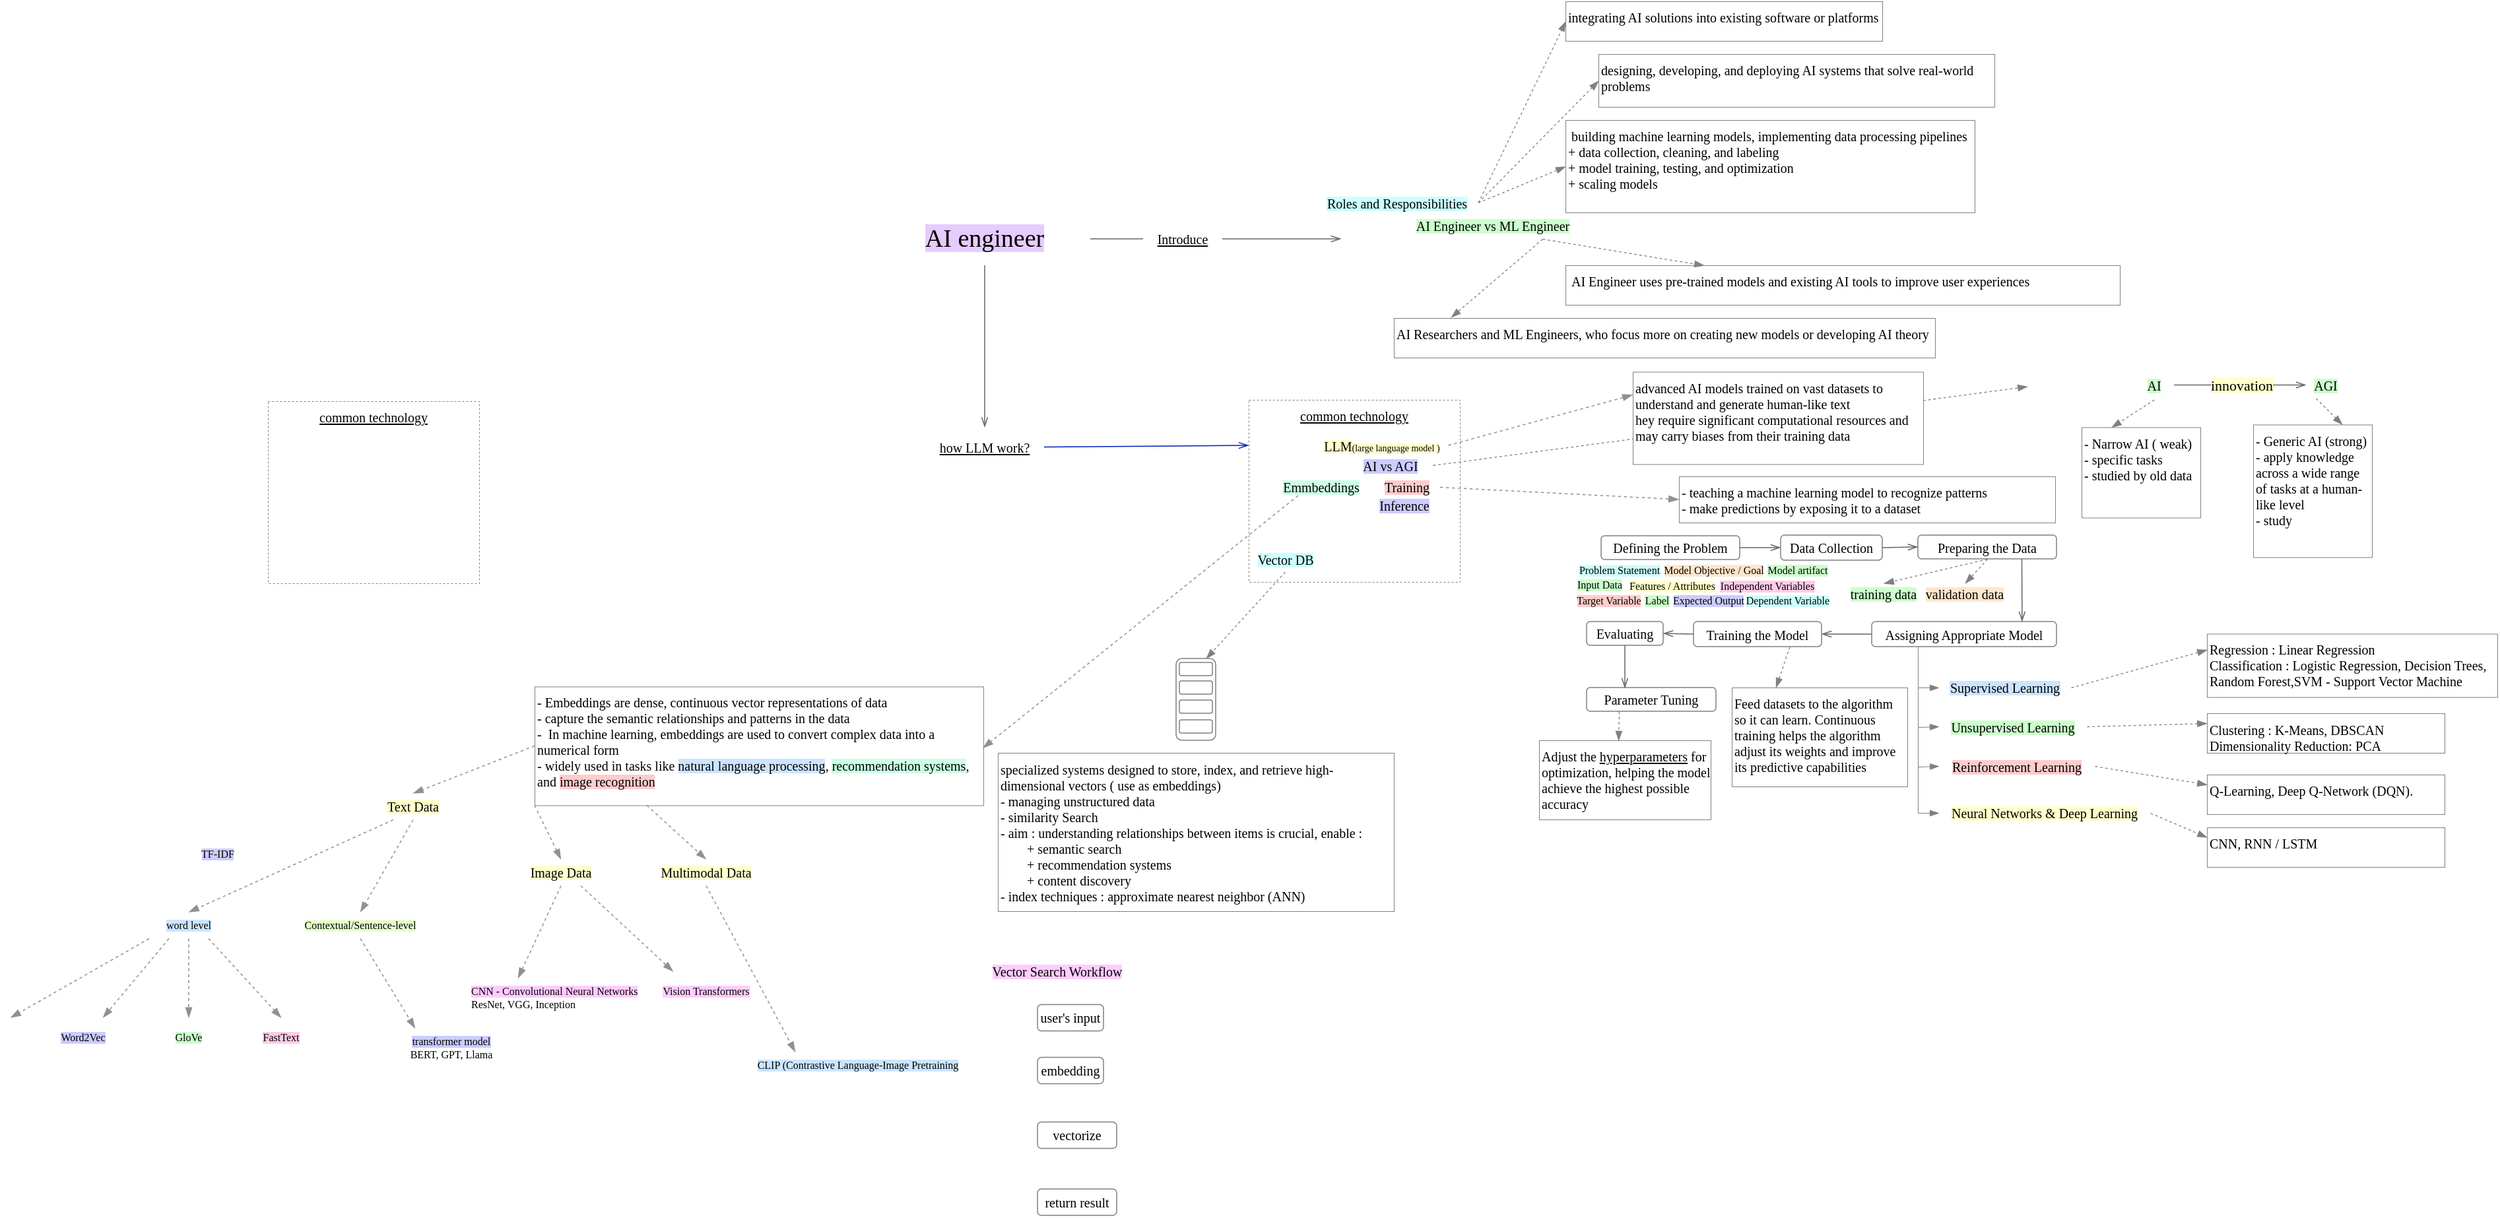
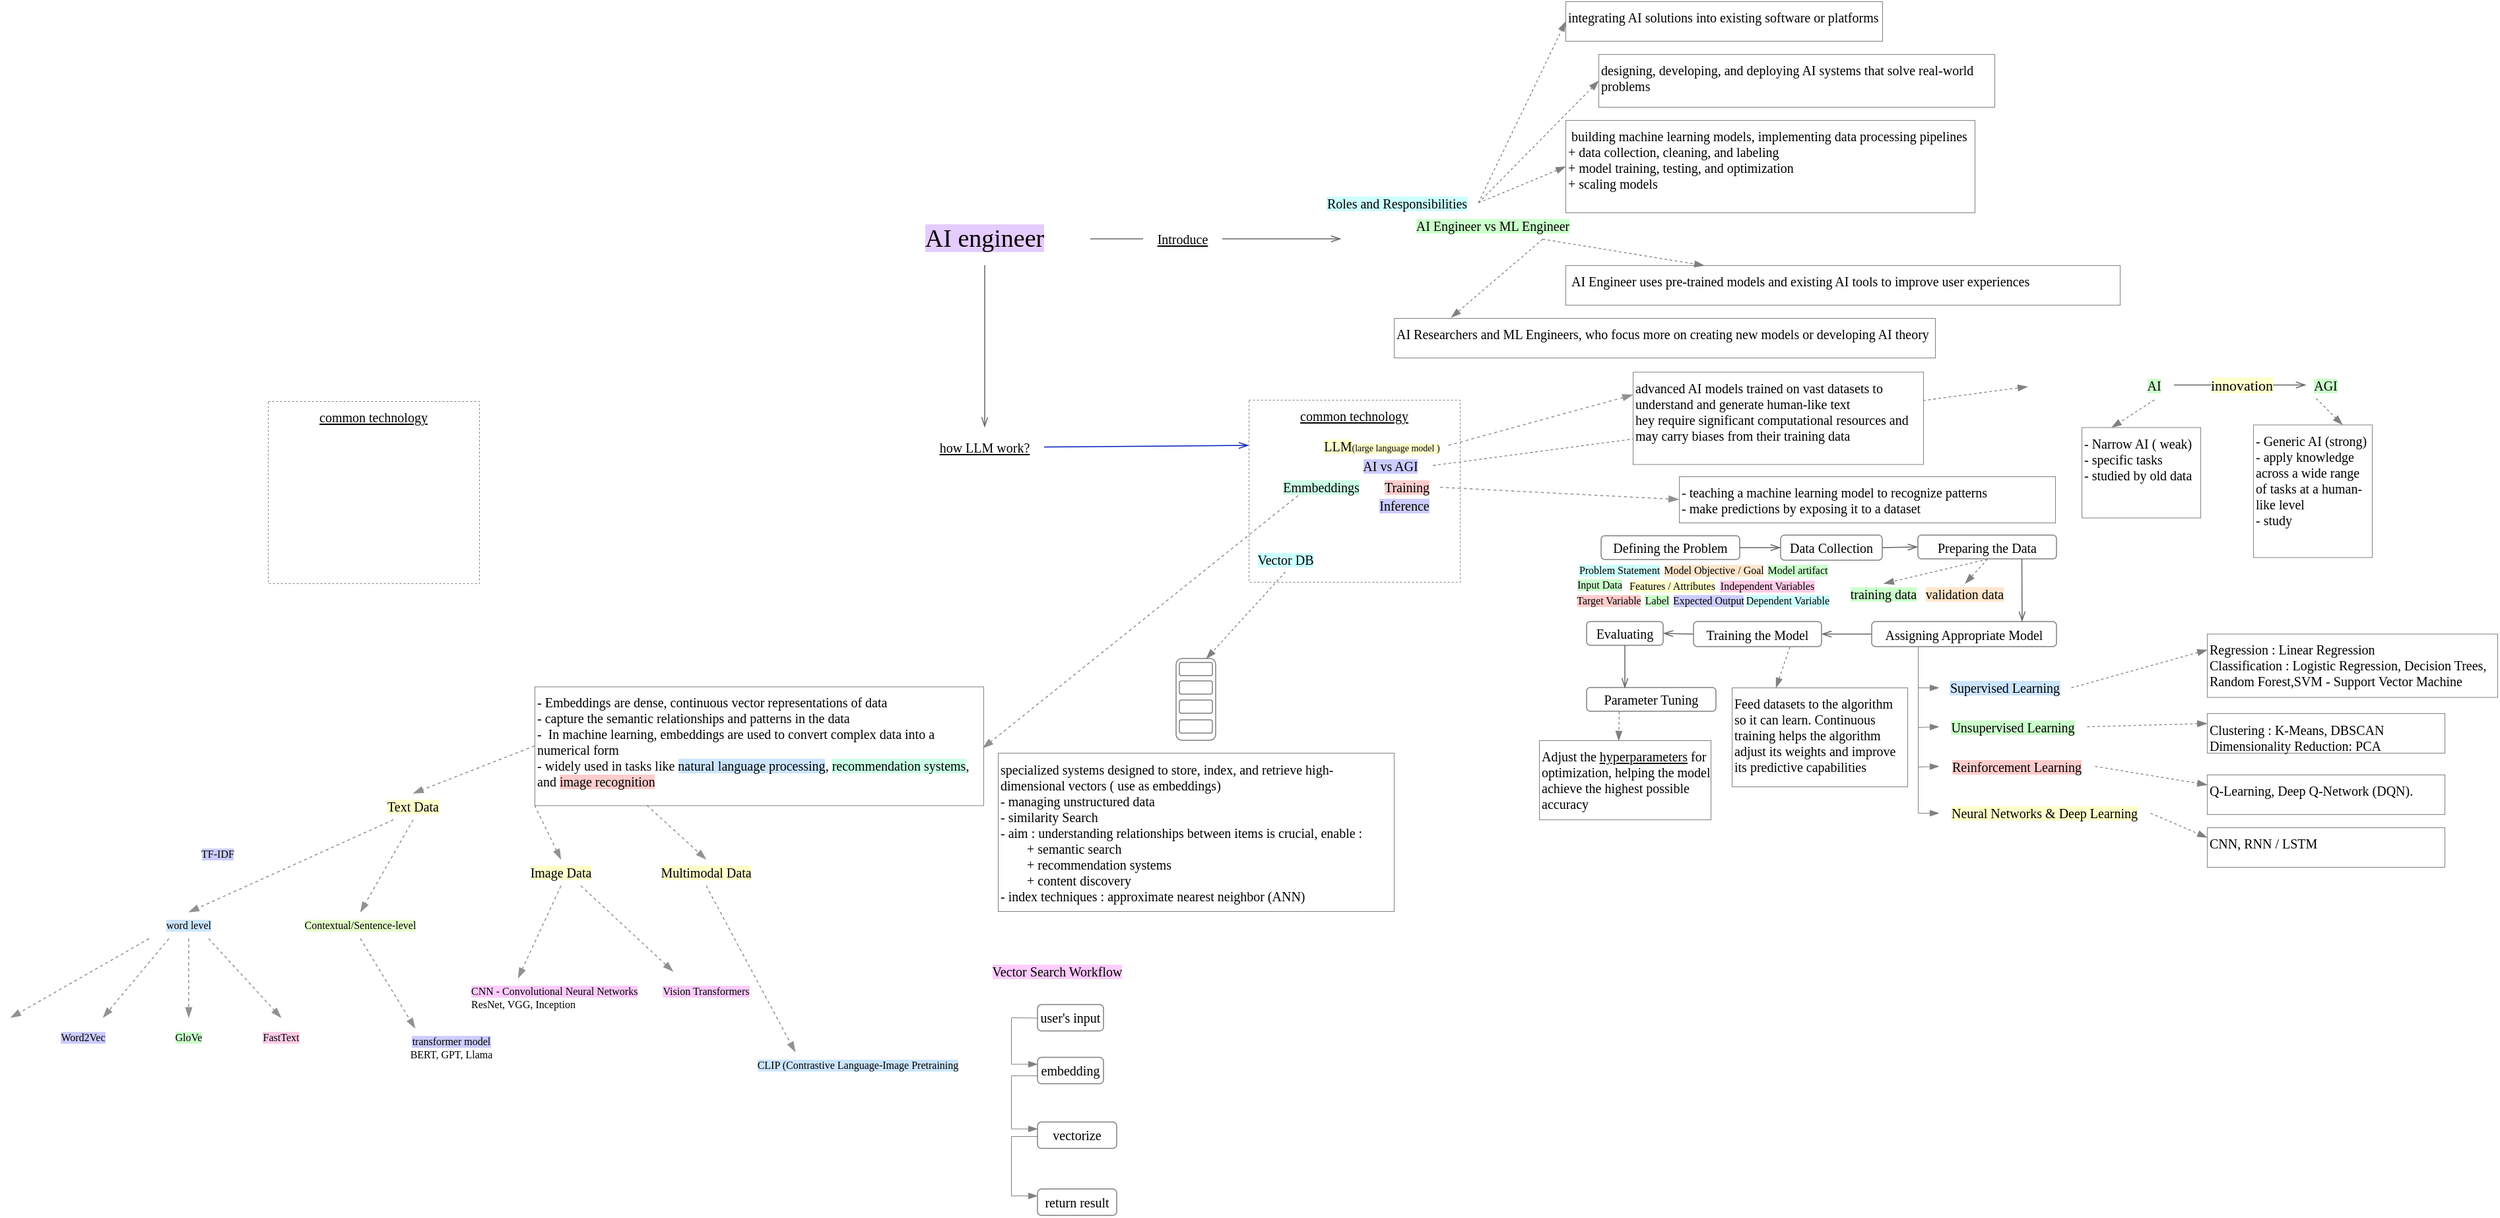
<mxfile host="app.diagrams.net" agent="Mozilla/5.0 (Macintosh; Intel Mac OS X 10_15_7) AppleWebKit/537.36 (KHTML, like Gecko) draw.io/29.3.0 Chrome/140.0.7339.249 Electron/38.7.2 Safari/537.36">
  <diagram name="Page-1" id="n3nyEJ4kgbD7jWuKOy95">
    <mxGraphModel dx="1247" dy="188" grid="1" gridSize="10" guides="1" tooltips="1" connect="1" arrows="1" fold="1" page="1" pageScale="1" pageWidth="827" pageHeight="1169" math="0" shadow="0">
      <root>
        <mxCell id="0" />
        <mxCell id="1" parent="0" />
        <mxCell id="48Jv2C9wjBzbgeSbcpPr-1" parent="1" style="text;html=1;whiteSpace=wrap;strokeColor=none;fillColor=none;align=center;verticalAlign=middle;rounded=0;fontFamily=Comic Sans MS;fontSize=19;" value="&lt;span style=&quot;background-color: rgb(229, 204, 255);&quot;&gt;AI engineer&lt;/span&gt;" vertex="1">
          <mxGeometry height="40" width="160" x="400" y="360" as="geometry" />
        </mxCell>
        <mxCell id="48Jv2C9wjBzbgeSbcpPr-3" parent="1" style="text;html=1;whiteSpace=wrap;strokeColor=none;fillColor=none;align=center;verticalAlign=middle;rounded=0;fontFamily=Comic Sans MS;fontSize=10;fontStyle=4" value="how LLM work?" vertex="1">
          <mxGeometry height="30" width="90" x="435" y="522.75" as="geometry" />
        </mxCell>
        <mxCell id="48Jv2C9wjBzbgeSbcpPr-6" edge="1" parent="1" source="48Jv2C9wjBzbgeSbcpPr-1" style="endArrow=openThin;html=1;rounded=0;strokeWidth=0.75;endFill=0;strokeColor=#666666;exitX=0.5;exitY=1;exitDx=0;exitDy=0;entryX=0.5;entryY=0;entryDx=0;entryDy=0;fontFamily=Comic Sans MS;" target="48Jv2C9wjBzbgeSbcpPr-3" value="">
          <mxGeometry height="50" relative="1" width="50" as="geometry">
            <mxPoint x="390" y="450" as="sourcePoint" />
            <mxPoint x="440" y="400" as="targetPoint" />
          </mxGeometry>
        </mxCell>
        <mxCell id="48Jv2C9wjBzbgeSbcpPr-8" parent="1" style="text;html=1;whiteSpace=wrap;strokeColor=none;fillColor=none;align=center;verticalAlign=middle;rounded=0;fontFamily=Comic Sans MS;fontSize=10;fontStyle=4" value="Introduce" vertex="1">
          <mxGeometry height="30" width="60" x="600" y="365" as="geometry" />
        </mxCell>
        <mxCell id="48Jv2C9wjBzbgeSbcpPr-9" edge="1" parent="1" source="48Jv2C9wjBzbgeSbcpPr-1" style="endArrow=none;html=1;rounded=0;strokeWidth=0.75;endFill=0;strokeColor=#666666;entryX=0;entryY=0.5;entryDx=0;entryDy=0;exitX=1;exitY=0.5;exitDx=0;exitDy=0;fontFamily=Comic Sans MS;" target="48Jv2C9wjBzbgeSbcpPr-8" value="">
          <mxGeometry height="50" relative="1" width="50" as="geometry">
            <mxPoint x="390" y="450" as="sourcePoint" />
            <mxPoint x="440" y="400" as="targetPoint" />
          </mxGeometry>
        </mxCell>
        <mxCell id="48Jv2C9wjBzbgeSbcpPr-11" edge="1" parent="1" source="48Jv2C9wjBzbgeSbcpPr-8" style="endArrow=openThin;html=1;rounded=0;strokeWidth=0.75;endFill=0;strokeColor=#666666;exitX=1;exitY=0.5;exitDx=0;exitDy=0;fontFamily=Comic Sans MS;" value="">
          <mxGeometry height="50" relative="1" width="50" as="geometry">
            <mxPoint x="590" y="450" as="sourcePoint" />
            <mxPoint x="750" y="380" as="targetPoint" />
          </mxGeometry>
        </mxCell>
        <mxCell id="48Jv2C9wjBzbgeSbcpPr-13" parent="1" style="text;html=1;whiteSpace=wrap;strokeColor=none;fillColor=none;align=center;verticalAlign=middle;rounded=0;fontFamily=Comic Sans MS;fontSize=10;" value="&lt;div&gt;&lt;span style=&quot;background-color: rgb(204, 255, 255);&quot;&gt;Roles and Responsibilities&lt;/span&gt;&lt;/div&gt;" vertex="1">
          <mxGeometry height="15" width="122.5" x="731.25" y="345" as="geometry" />
        </mxCell>
        <mxCell id="48Jv2C9wjBzbgeSbcpPr-14" parent="1" style="rounded=0;whiteSpace=wrap;html=1;fontFamily=Comic Sans MS;strokeWidth=0.5;strokeColor=#808080;align=left;verticalAlign=top;fontSize=10;" value="designing, developing, and deploying AI systems that solve real-world problems" vertex="1">
          <mxGeometry height="40" width="300" x="945" y="240" as="geometry" />
        </mxCell>
        <mxCell id="48Jv2C9wjBzbgeSbcpPr-15" parent="1" style="rounded=0;whiteSpace=wrap;html=1;fontFamily=Comic Sans MS;strokeWidth=0.5;strokeColor=#808080;align=left;verticalAlign=top;fontSize=10;" value="&amp;nbsp;building machine learning models, implementing data processing pipelines&lt;div&gt;+&amp;nbsp;data collection, cleaning, and labeling&lt;/div&gt;&lt;div&gt;+&amp;nbsp;model training, testing, and optimization&lt;/div&gt;&lt;div&gt;+&amp;nbsp;scaling models&lt;/div&gt;" vertex="1">
          <mxGeometry height="70" width="310" x="920" y="290" as="geometry" />
        </mxCell>
        <mxCell id="48Jv2C9wjBzbgeSbcpPr-16" parent="1" style="rounded=0;whiteSpace=wrap;html=1;fontFamily=Comic Sans MS;strokeWidth=0.5;strokeColor=#808080;align=left;verticalAlign=top;fontSize=10;" value="integrating AI solutions into existing software or platforms" vertex="1">
          <mxGeometry height="30" width="240" x="920" y="200" as="geometry" />
        </mxCell>
        <mxCell id="48Jv2C9wjBzbgeSbcpPr-17" edge="1" parent="1" source="48Jv2C9wjBzbgeSbcpPr-13" style="endArrow=blockThin;html=1;rounded=0;strokeColor=#808080;endFill=1;strokeWidth=0.65;exitX=1;exitY=0.5;exitDx=0;exitDy=0;entryX=0;entryY=0.5;entryDx=0;entryDy=0;dashed=1;fontFamily=Comic Sans MS;" target="48Jv2C9wjBzbgeSbcpPr-15" value="">
          <mxGeometry height="50" relative="1" width="50" as="geometry">
            <mxPoint x="945" y="330" as="sourcePoint" />
            <mxPoint x="920" y="290" as="targetPoint" />
          </mxGeometry>
        </mxCell>
        <mxCell id="48Jv2C9wjBzbgeSbcpPr-18" edge="1" parent="1" source="48Jv2C9wjBzbgeSbcpPr-13" style="endArrow=blockThin;html=1;rounded=0;strokeColor=#808080;endFill=1;strokeWidth=0.65;exitX=1;exitY=0.5;exitDx=0;exitDy=0;entryX=0;entryY=0.5;entryDx=0;entryDy=0;dashed=1;fontFamily=Comic Sans MS;" target="48Jv2C9wjBzbgeSbcpPr-14" value="">
          <mxGeometry height="50" relative="1" width="50" as="geometry">
            <mxPoint x="945" y="330" as="sourcePoint" />
            <mxPoint x="920" y="290" as="targetPoint" />
          </mxGeometry>
        </mxCell>
        <mxCell id="48Jv2C9wjBzbgeSbcpPr-19" edge="1" parent="1" source="48Jv2C9wjBzbgeSbcpPr-13" style="endArrow=blockThin;html=1;rounded=0;strokeColor=#808080;endFill=1;strokeWidth=0.65;exitX=1;exitY=0.5;exitDx=0;exitDy=0;entryX=0;entryY=0.5;entryDx=0;entryDy=0;dashed=1;fontFamily=Comic Sans MS;" target="48Jv2C9wjBzbgeSbcpPr-16" value="">
          <mxGeometry height="50" relative="1" width="50" as="geometry">
            <mxPoint x="945" y="330" as="sourcePoint" />
            <mxPoint x="920" y="290" as="targetPoint" />
          </mxGeometry>
        </mxCell>
        <mxCell id="48Jv2C9wjBzbgeSbcpPr-20" parent="1" style="text;html=1;whiteSpace=wrap;strokeColor=none;fillColor=none;align=center;verticalAlign=middle;rounded=0;fontFamily=Comic Sans MS;fontSize=10;" value="&lt;span style=&quot;background-color: rgb(204, 255, 204);&quot;&gt;AI Engineer vs ML Engineer&lt;/span&gt;" vertex="1">
          <mxGeometry height="20" width="150" x="790" y="360" as="geometry" />
        </mxCell>
        <mxCell id="48Jv2C9wjBzbgeSbcpPr-21" parent="1" style="rounded=0;whiteSpace=wrap;html=1;fontFamily=Comic Sans MS;strokeWidth=0.5;strokeColor=#808080;align=left;verticalAlign=top;fontSize=10;" value="&amp;nbsp;AI Engineer uses pre-trained models and existing AI tools to improve user experiences" vertex="1">
          <mxGeometry height="30" width="420" x="920" y="400" as="geometry" />
        </mxCell>
        <mxCell id="48Jv2C9wjBzbgeSbcpPr-22" parent="1" style="rounded=0;whiteSpace=wrap;html=1;fontFamily=Comic Sans MS;strokeWidth=0.5;strokeColor=#808080;align=left;verticalAlign=top;fontSize=10;" value="AI Researchers and ML Engineers, who focus more on creating new models or developing AI theory" vertex="1">
          <mxGeometry height="30" width="410" x="790" y="440" as="geometry" />
        </mxCell>
        <mxCell id="48Jv2C9wjBzbgeSbcpPr-23" edge="1" parent="1" source="48Jv2C9wjBzbgeSbcpPr-20" style="endArrow=blockThin;html=1;rounded=0;strokeColor=#808080;endFill=1;strokeWidth=0.65;exitX=0.75;exitY=1;exitDx=0;exitDy=0;entryX=0.25;entryY=0;entryDx=0;entryDy=0;dashed=1;fontFamily=Comic Sans MS;" target="48Jv2C9wjBzbgeSbcpPr-21" value="">
          <mxGeometry height="50" relative="1" width="50" as="geometry">
            <mxPoint x="705" y="330" as="sourcePoint" />
            <mxPoint x="680" y="290" as="targetPoint" />
          </mxGeometry>
        </mxCell>
        <mxCell id="48Jv2C9wjBzbgeSbcpPr-24" edge="1" parent="1" source="48Jv2C9wjBzbgeSbcpPr-20" style="endArrow=blockThin;html=1;rounded=0;strokeColor=#808080;endFill=1;strokeWidth=0.65;exitX=0.75;exitY=1;exitDx=0;exitDy=0;entryX=0.105;entryY=-0.017;entryDx=0;entryDy=0;dashed=1;entryPerimeter=0;fontFamily=Comic Sans MS;" target="48Jv2C9wjBzbgeSbcpPr-22" value="">
          <mxGeometry height="50" relative="1" width="50" as="geometry">
            <mxPoint x="705" y="330" as="sourcePoint" />
            <mxPoint x="680" y="290" as="targetPoint" />
          </mxGeometry>
        </mxCell>
        <mxCell id="48Jv2C9wjBzbgeSbcpPr-25" parent="1" style="rounded=0;whiteSpace=wrap;html=1;fontFamily=Comic Sans MS;strokeWidth=0.5;strokeColor=#808080;align=center;verticalAlign=top;fontSize=10;dashed=1;" value="&lt;u&gt;common technology&lt;/u&gt;&lt;div&gt;&lt;br&gt;&lt;/div&gt;" vertex="1">
          <mxGeometry height="138" width="160" x="680" y="502" as="geometry" />
        </mxCell>
        <mxCell id="48Jv2C9wjBzbgeSbcpPr-27" parent="1" style="text;html=1;whiteSpace=wrap;strokeColor=none;fillColor=none;align=center;verticalAlign=middle;rounded=0;fontFamily=Comic Sans MS;fontSize=10;" value="&lt;span&gt;&lt;span style=&quot;background-color: light-dark(rgb(204, 204, 255), rgb(0, 43, 0));&quot;&gt;AI vs AGI&lt;/span&gt;&lt;br&gt;&lt;/span&gt;" vertex="1">
          <mxGeometry height="10" width="65" x="754.5" y="546.5" as="geometry" />
        </mxCell>
        <mxCell id="48Jv2C9wjBzbgeSbcpPr-28" edge="1" parent="1" source="48Jv2C9wjBzbgeSbcpPr-3" style="endArrow=openThin;html=1;rounded=0;strokeWidth=0.75;endFill=0;strokeColor=#001DBC;exitX=1;exitY=0.5;exitDx=0;exitDy=0;entryX=0;entryY=0.25;entryDx=0;entryDy=0;fontFamily=Comic Sans MS;fillColor=#0050ef;" target="48Jv2C9wjBzbgeSbcpPr-25" value="">
          <mxGeometry height="50" relative="1" width="50" as="geometry">
            <mxPoint x="670" y="630" as="sourcePoint" />
            <mxPoint x="720" y="580" as="targetPoint" />
          </mxGeometry>
        </mxCell>
        <mxCell id="48Jv2C9wjBzbgeSbcpPr-31" edge="1" parent="1" source="48Jv2C9wjBzbgeSbcpPr-27" style="endArrow=blockThin;html=1;rounded=0;strokeColor=#808080;endFill=1;strokeWidth=0.65;exitX=1;exitY=0.5;exitDx=0;exitDy=0;dashed=1;fontFamily=Comic Sans MS;entryX=0;entryY=0.5;entryDx=0;entryDy=0;" value="">
          <mxGeometry height="50" relative="1" width="50" as="geometry">
            <mxPoint x="810" y="536" as="sourcePoint" />
            <mxPoint x="1270" y="491.7500000000001" as="targetPoint" />
          </mxGeometry>
        </mxCell>
        <mxCell id="48Jv2C9wjBzbgeSbcpPr-32" parent="1" style="text;html=1;whiteSpace=wrap;strokeColor=none;fillColor=none;align=center;verticalAlign=middle;rounded=0;fontFamily=Comic Sans MS;fontSize=10;" value="&lt;span style=&quot;background-color: rgb(204, 255, 204);&quot;&gt;&lt;span style=&quot;background-color: light-dark(rgb(204, 255, 204), rgb(0, 43, 0));&quot;&gt;AI&lt;/span&gt;&lt;br&gt;&lt;/span&gt;" vertex="1">
          <mxGeometry height="22" width="30" x="1351" y="479.75" as="geometry" />
        </mxCell>
        <mxCell id="48Jv2C9wjBzbgeSbcpPr-34" parent="1" style="text;html=1;whiteSpace=wrap;strokeColor=none;fillColor=none;align=center;verticalAlign=middle;rounded=0;fontFamily=Comic Sans MS;fontSize=10;" value="&lt;span style=&quot;background-color: rgb(204, 255, 204);&quot;&gt;AGI&lt;/span&gt;" vertex="1">
          <mxGeometry height="20" width="30" x="1481" y="480.75" as="geometry" />
        </mxCell>
        <mxCell id="48Jv2C9wjBzbgeSbcpPr-35" edge="1" parent="1" source="48Jv2C9wjBzbgeSbcpPr-32" style="endArrow=openThin;html=1;rounded=0;strokeWidth=0.75;endFill=0;strokeColor=#666666;exitX=1;exitY=0.5;exitDx=0;exitDy=0;fontFamily=Comic Sans MS;" target="48Jv2C9wjBzbgeSbcpPr-34" value="">
          <mxGeometry height="50" relative="1" width="50" as="geometry">
            <mxPoint x="1391" y="612.75" as="sourcePoint" />
            <mxPoint x="1441" y="562.75" as="targetPoint" />
          </mxGeometry>
        </mxCell>
        <mxCell id="48Jv2C9wjBzbgeSbcpPr-36" connectable="0" parent="48Jv2C9wjBzbgeSbcpPr-35" style="edgeLabel;html=1;align=center;verticalAlign=middle;resizable=0;points=[];fontFamily=Comic Sans MS;" value="&lt;span style=&quot;background-color: rgb(255, 255, 204);&quot;&gt;innovation&lt;/span&gt;" vertex="1">
          <mxGeometry relative="1" x="-0.312" as="geometry">
            <mxPoint x="16" as="offset" />
          </mxGeometry>
        </mxCell>
        <mxCell id="48Jv2C9wjBzbgeSbcpPr-37" parent="1" style="rounded=0;whiteSpace=wrap;html=1;fontFamily=Comic Sans MS;strokeWidth=0.5;strokeColor=#808080;align=left;verticalAlign=top;fontSize=10;" value="- Narrow AI ( weak)&lt;div&gt;-&amp;nbsp;specific tasks&lt;/div&gt;&lt;div&gt;- studied by old data&lt;/div&gt;" vertex="1">
          <mxGeometry height="68.5" width="90" x="1311" y="522.75" as="geometry" />
        </mxCell>
        <mxCell id="48Jv2C9wjBzbgeSbcpPr-38" parent="1" style="rounded=0;whiteSpace=wrap;html=1;fontFamily=Comic Sans MS;strokeWidth=0.5;strokeColor=#808080;align=left;verticalAlign=top;fontSize=10;" value="- Generic AI (strong)&lt;div&gt;-&amp;nbsp;apply knowledge across a wide range of tasks at a human-like level&lt;/div&gt;&lt;div&gt;- study&amp;nbsp;&lt;/div&gt;" vertex="1">
          <mxGeometry height="100.5" width="90" x="1441" y="520.75" as="geometry" />
        </mxCell>
        <mxCell id="48Jv2C9wjBzbgeSbcpPr-39" edge="1" parent="1" source="48Jv2C9wjBzbgeSbcpPr-34" style="endArrow=blockThin;html=1;rounded=0;strokeColor=#808080;endFill=1;strokeWidth=0.65;exitX=0.25;exitY=1;exitDx=0;exitDy=0;entryX=0.75;entryY=0;entryDx=0;entryDy=0;dashed=1;" target="48Jv2C9wjBzbgeSbcpPr-38" value="">
          <mxGeometry height="50" relative="1" width="50" as="geometry">
            <mxPoint x="1456" y="580.75" as="sourcePoint" />
            <mxPoint x="1431" y="540.75" as="targetPoint" />
          </mxGeometry>
        </mxCell>
        <mxCell id="48Jv2C9wjBzbgeSbcpPr-41" edge="1" parent="1" source="48Jv2C9wjBzbgeSbcpPr-32" style="endArrow=blockThin;html=1;rounded=0;strokeColor=#808080;endFill=1;strokeWidth=0.65;exitX=0.5;exitY=1;exitDx=0;exitDy=0;entryX=0.25;entryY=0;entryDx=0;entryDy=0;dashed=1;" target="48Jv2C9wjBzbgeSbcpPr-37" value="">
          <mxGeometry height="50" relative="1" width="50" as="geometry">
            <mxPoint x="1456" y="582.75" as="sourcePoint" />
            <mxPoint x="1431" y="542.75" as="targetPoint" />
          </mxGeometry>
        </mxCell>
        <mxCell id="4Kx2ZGOmUHy-jwn0eLsE-1" parent="1" style="text;html=1;whiteSpace=wrap;strokeColor=none;fillColor=none;align=center;verticalAlign=middle;rounded=0;" value="&lt;font face=&quot;Comic Sans MS&quot; style=&quot;background-color: rgb(255, 255, 204); font-size: 10px;&quot;&gt;LLM&lt;/font&gt;&lt;span style=&quot;background-color: rgb(255, 255, 204); font-size: 7px; font-family: &amp;quot;Comic Sans MS&amp;quot;; color: light-dark(rgb(0, 0, 0), rgb(255, 255, 255));&quot;&gt;(large language model )&lt;/span&gt;" vertex="1">
          <mxGeometry height="20" width="100" x="731.25" y="526.5" as="geometry" />
        </mxCell>
        <mxCell id="4Kx2ZGOmUHy-jwn0eLsE-2" parent="1" style="rounded=0;whiteSpace=wrap;html=1;align=left;verticalAlign=top;fontFamily=Comic Sans MS;strokeWidth=0.5;fontSize=10;strokeColor=#808080;" value="&lt;div&gt;&lt;div&gt;&lt;span style=&quot;background-color: transparent;&quot;&gt;advanced AI models trained on vast datasets to understand and generate human-like text&lt;/span&gt;&lt;/div&gt;&lt;/div&gt;&lt;div&gt;&lt;span style=&quot;background-color: transparent;&quot;&gt;hey require significant computational resources and may carry biases from their training data&lt;/span&gt;&lt;/div&gt;" vertex="1">
          <mxGeometry height="70" width="220" x="971" y="480.75" as="geometry" />
        </mxCell>
        <mxCell id="4Kx2ZGOmUHy-jwn0eLsE-3" edge="1" parent="1" source="4Kx2ZGOmUHy-jwn0eLsE-1" style="endArrow=blockThin;html=1;rounded=0;endFill=1;strokeColor=light-dark(#929090, #ededed);strokeWidth=0.75;dashed=1;exitX=1;exitY=0.5;exitDx=0;exitDy=0;entryX=0;entryY=0.25;entryDx=0;entryDy=0;" target="4Kx2ZGOmUHy-jwn0eLsE-2" value="">
          <mxGeometry height="50" relative="1" width="50" as="geometry">
            <mxPoint x="710" y="550" as="sourcePoint" />
            <mxPoint x="760" y="500" as="targetPoint" />
          </mxGeometry>
        </mxCell>
        <mxCell id="4Kx2ZGOmUHy-jwn0eLsE-4" parent="1" style="text;html=1;whiteSpace=wrap;strokeColor=none;fillColor=none;align=center;verticalAlign=middle;rounded=0;fontFamily=Comic Sans MS;fontSize=10;" value="&lt;span&gt;&lt;span style=&quot;background-color: light-dark(rgb(204, 255, 230), rgb(0, 43, 0));&quot;&gt;Emmbeddings&lt;/span&gt;&lt;br&gt;&lt;/span&gt;" vertex="1">
          <mxGeometry height="14" width="70" x="700" y="560.5" as="geometry" />
        </mxCell>
        <mxCell id="4Kx2ZGOmUHy-jwn0eLsE-5" parent="1" style="rounded=0;whiteSpace=wrap;html=1;align=left;verticalAlign=top;fontFamily=Comic Sans MS;strokeWidth=0.5;fontSize=10;strokeColor=#808080;" value="&lt;div&gt;&lt;div&gt;&lt;span style=&quot;background-color: transparent;&quot;&gt;- Embeddings are dense, continuous vector representations of data&lt;/span&gt;&lt;/div&gt;&lt;/div&gt;&lt;div&gt;&lt;span style=&quot;background-color: transparent;&quot;&gt;-&amp;nbsp;&lt;/span&gt;&lt;span style=&quot;background-color: transparent;&quot;&gt;capture the semantic relationships and patterns in the data&lt;/span&gt;&lt;/div&gt;&lt;div&gt;&lt;span style=&quot;background-color: transparent;&quot;&gt;-&amp;nbsp;&lt;/span&gt;&lt;span style=&quot;background-color: transparent;&quot;&gt;&amp;nbsp;In machine learning, embeddings are used to convert complex data into a numerical form&lt;/span&gt;&lt;/div&gt;&lt;div&gt;&lt;span style=&quot;background-color: transparent;&quot;&gt;-&amp;nbsp;&lt;/span&gt;&lt;span style=&quot;background-color: transparent;&quot;&gt;widely used in tasks like &lt;/span&gt;&lt;span style=&quot;background-color: rgb(204, 229, 255);&quot;&gt;natural language processing&lt;/span&gt;&lt;span style=&quot;background-color: transparent;&quot;&gt;, &lt;/span&gt;&lt;span style=&quot;background-color: rgb(204, 255, 230);&quot;&gt;recommendation systems&lt;/span&gt;&lt;span style=&quot;background-color: transparent;&quot;&gt;, and &lt;/span&gt;&lt;span style=&quot;background-color: rgb(255, 204, 204);&quot;&gt;image recognition&lt;/span&gt;&lt;/div&gt;" vertex="1">
          <mxGeometry height="90" width="340" x="139" y="719.25" as="geometry" />
        </mxCell>
        <mxCell id="4Kx2ZGOmUHy-jwn0eLsE-6" parent="1" style="text;html=1;whiteSpace=wrap;strokeColor=none;fillColor=none;align=center;verticalAlign=middle;rounded=0;fontSize=10;" value="&lt;font face=&quot;Comic Sans MS&quot; style=&quot;background-color: rgb(255, 204, 204);&quot;&gt;Training&lt;/font&gt;" vertex="1">
          <mxGeometry height="13.5" width="50" x="775" y="561.5" as="geometry" />
        </mxCell>
        <mxCell id="4Kx2ZGOmUHy-jwn0eLsE-7" edge="1" parent="1" source="4Kx2ZGOmUHy-jwn0eLsE-4" style="endArrow=blockThin;html=1;rounded=0;endFill=1;strokeColor=light-dark(#929090, #ededed);strokeWidth=0.75;dashed=1;exitX=0.25;exitY=1;exitDx=0;exitDy=0;entryX=0.999;entryY=0.518;entryDx=0;entryDy=0;entryPerimeter=0;" target="4Kx2ZGOmUHy-jwn0eLsE-5" value="">
          <mxGeometry height="50" relative="1" width="50" as="geometry">
            <mxPoint x="620" y="640" as="sourcePoint" />
            <mxPoint x="670" y="590" as="targetPoint" />
          </mxGeometry>
        </mxCell>
        <mxCell id="4Kx2ZGOmUHy-jwn0eLsE-8" parent="1" style="rounded=0;whiteSpace=wrap;html=1;align=left;verticalAlign=top;fontFamily=Comic Sans MS;strokeWidth=0.5;fontSize=10;strokeColor=#808080;" value="&lt;div&gt;&lt;span style=&quot;background-color: transparent; color: light-dark(rgb(0, 0, 0), rgb(255, 255, 255));&quot;&gt;-&amp;nbsp;teaching a machine learning model to recognize patterns&lt;/span&gt;&lt;/div&gt;&lt;div&gt;-&amp;nbsp;make predictions by exposing it to a dataset&lt;/div&gt;" vertex="1">
          <mxGeometry height="35" width="285" x="1006" y="560" as="geometry" />
        </mxCell>
        <mxCell id="4Kx2ZGOmUHy-jwn0eLsE-10" edge="1" parent="1" source="4Kx2ZGOmUHy-jwn0eLsE-6" style="endArrow=blockThin;html=1;rounded=0;endFill=1;strokeColor=light-dark(#929090, #ededed);strokeWidth=0.75;dashed=1;exitX=1;exitY=0.5;exitDx=0;exitDy=0;entryX=0;entryY=0.5;entryDx=0;entryDy=0;" target="4Kx2ZGOmUHy-jwn0eLsE-8" value="">
          <mxGeometry height="50" relative="1" width="50" as="geometry">
            <mxPoint x="950" y="590" as="sourcePoint" />
            <mxPoint x="1000" y="540" as="targetPoint" />
          </mxGeometry>
        </mxCell>
        <mxCell id="4Kx2ZGOmUHy-jwn0eLsE-11" parent="1" style="text;html=1;whiteSpace=wrap;strokeColor=none;fillColor=none;align=center;verticalAlign=middle;rounded=0;fontSize=10;" value="&lt;font face=&quot;Comic Sans MS&quot; style=&quot;background-color: rgb(255, 255, 204);&quot;&gt;Text Data&lt;/font&gt;" vertex="1">
          <mxGeometry height="20" width="60" x="17" y="800.25" as="geometry" />
        </mxCell>
        <mxCell id="4Kx2ZGOmUHy-jwn0eLsE-12" parent="1" style="text;html=1;whiteSpace=wrap;strokeColor=none;fillColor=none;align=center;verticalAlign=middle;rounded=0;fontSize=10;" value="&lt;font face=&quot;Comic Sans MS&quot; style=&quot;background-color: rgb(255, 255, 204);&quot;&gt;Image Data&lt;/font&gt;" vertex="1">
          <mxGeometry height="20" width="60" x="129" y="850.25" as="geometry" />
        </mxCell>
        <mxCell id="4Kx2ZGOmUHy-jwn0eLsE-13" parent="1" style="text;html=1;whiteSpace=wrap;strokeColor=none;fillColor=none;align=center;verticalAlign=middle;rounded=0;fontSize=10;" value="&lt;font face=&quot;Comic Sans MS&quot; style=&quot;background-color: rgb(255, 255, 204);&quot;&gt;Multimodal&amp;nbsp;Data&lt;/font&gt;" vertex="1">
          <mxGeometry height="20" width="60" x="239" y="850.25" as="geometry" />
        </mxCell>
        <mxCell id="4Kx2ZGOmUHy-jwn0eLsE-14" edge="1" parent="1" source="4Kx2ZGOmUHy-jwn0eLsE-5" style="endArrow=blockThin;html=1;rounded=0;endFill=1;strokeColor=light-dark(#929090, #ededed);strokeWidth=0.75;dashed=1;entryX=0.5;entryY=0;entryDx=0;entryDy=0;exitX=0.25;exitY=1;exitDx=0;exitDy=0;" target="4Kx2ZGOmUHy-jwn0eLsE-13" value="">
          <mxGeometry height="50" relative="1" width="50" as="geometry">
            <mxPoint x="239" y="839.25" as="sourcePoint" />
            <mxPoint x="289" y="789.25" as="targetPoint" />
          </mxGeometry>
        </mxCell>
        <mxCell id="4Kx2ZGOmUHy-jwn0eLsE-15" edge="1" parent="1" source="4Kx2ZGOmUHy-jwn0eLsE-5" style="endArrow=blockThin;html=1;rounded=0;endFill=1;strokeColor=light-dark(#929090, #ededed);strokeWidth=0.75;dashed=1;entryX=0.5;entryY=0;entryDx=0;entryDy=0;exitX=0;exitY=1;exitDx=0;exitDy=0;" target="4Kx2ZGOmUHy-jwn0eLsE-12" value="">
          <mxGeometry height="50" relative="1" width="50" as="geometry">
            <mxPoint x="239" y="839.25" as="sourcePoint" />
            <mxPoint x="289" y="789.25" as="targetPoint" />
          </mxGeometry>
        </mxCell>
        <mxCell id="4Kx2ZGOmUHy-jwn0eLsE-16" edge="1" parent="1" source="4Kx2ZGOmUHy-jwn0eLsE-5" style="endArrow=blockThin;html=1;rounded=0;endFill=1;strokeColor=light-dark(#929090, #ededed);strokeWidth=0.75;dashed=1;entryX=0.5;entryY=0;entryDx=0;entryDy=0;exitX=0;exitY=0.5;exitDx=0;exitDy=0;" target="4Kx2ZGOmUHy-jwn0eLsE-11" value="">
          <mxGeometry height="50" relative="1" width="50" as="geometry">
            <mxPoint x="239" y="839.25" as="sourcePoint" />
            <mxPoint x="289" y="789.25" as="targetPoint" />
          </mxGeometry>
        </mxCell>
        <mxCell id="4Kx2ZGOmUHy-jwn0eLsE-17" parent="1" style="text;html=1;whiteSpace=wrap;strokeColor=none;fillColor=none;align=center;verticalAlign=middle;rounded=0;fontSize=8;" value="&lt;font face=&quot;Comic Sans MS&quot; style=&quot;background-color: rgb(204, 229, 255);&quot;&gt;word level&lt;/font&gt;" vertex="1">
          <mxGeometry height="20" width="60" x="-153" y="890.25" as="geometry" />
        </mxCell>
        <mxCell id="4Kx2ZGOmUHy-jwn0eLsE-18" parent="1" style="text;html=1;whiteSpace=wrap;strokeColor=none;fillColor=none;align=center;verticalAlign=middle;rounded=0;fontSize=8;fontStyle=0" value="&lt;font face=&quot;Comic Sans MS&quot; style=&quot;background-color: rgb(204, 204, 255);&quot;&gt;Word2Vec&lt;/font&gt;" vertex="1">
          <mxGeometry height="30" width="60" x="-233" y="970.2499999999995" as="geometry" />
        </mxCell>
        <mxCell id="4Kx2ZGOmUHy-jwn0eLsE-19" parent="1" style="text;html=1;whiteSpace=wrap;strokeColor=none;fillColor=none;align=center;verticalAlign=middle;rounded=0;fontSize=8;fontStyle=0" value="&lt;font face=&quot;Comic Sans MS&quot; style=&quot;background-color: rgb(204, 255, 204);&quot;&gt;GloVe&lt;/font&gt;" vertex="1">
          <mxGeometry height="30" width="60" x="-153" y="970.2499999999995" as="geometry" />
        </mxCell>
        <mxCell id="4Kx2ZGOmUHy-jwn0eLsE-20" parent="1" style="text;html=1;whiteSpace=wrap;strokeColor=none;fillColor=none;align=center;verticalAlign=middle;rounded=0;fontSize=8;fontStyle=0" value="&lt;font face=&quot;Comic Sans MS&quot; style=&quot;background-color: rgb(255, 204, 230);&quot;&gt;FastText&lt;/font&gt;" vertex="1">
          <mxGeometry height="30" width="60" x="-83" y="970.2499999999995" as="geometry" />
        </mxCell>
        <mxCell id="4Kx2ZGOmUHy-jwn0eLsE-21" edge="1" parent="1" source="4Kx2ZGOmUHy-jwn0eLsE-17" style="endArrow=blockThin;html=1;rounded=0;endFill=1;strokeColor=light-dark(#929090, #ededed);strokeWidth=0.75;dashed=1;exitX=0.75;exitY=1;exitDx=0;exitDy=0;entryX=0.5;entryY=0;entryDx=0;entryDy=0;fontSize=8;" target="4Kx2ZGOmUHy-jwn0eLsE-20" value="">
          <mxGeometry height="50" relative="1" width="50" as="geometry">
            <mxPoint x="-53" y="930.25" as="sourcePoint" />
            <mxPoint x="-3" y="880.25" as="targetPoint" />
          </mxGeometry>
        </mxCell>
        <mxCell id="4Kx2ZGOmUHy-jwn0eLsE-22" edge="1" parent="1" source="4Kx2ZGOmUHy-jwn0eLsE-17" style="endArrow=blockThin;html=1;rounded=0;endFill=1;strokeColor=light-dark(#929090, #ededed);strokeWidth=0.75;dashed=1;exitX=0.5;exitY=1;exitDx=0;exitDy=0;fontSize=8;" target="4Kx2ZGOmUHy-jwn0eLsE-19" value="">
          <mxGeometry height="50" relative="1" width="50" as="geometry">
            <mxPoint x="-83" y="930.25" as="sourcePoint" />
            <mxPoint x="-28" y="990.25" as="targetPoint" />
          </mxGeometry>
        </mxCell>
        <mxCell id="4Kx2ZGOmUHy-jwn0eLsE-23" edge="1" parent="1" source="4Kx2ZGOmUHy-jwn0eLsE-17" style="endArrow=blockThin;html=1;rounded=0;endFill=1;strokeColor=light-dark(#929090, #ededed);strokeWidth=0.75;dashed=1;exitX=0.25;exitY=1;exitDx=0;exitDy=0;entryX=0.75;entryY=0;entryDx=0;entryDy=0;fontSize=8;" target="4Kx2ZGOmUHy-jwn0eLsE-18" value="">
          <mxGeometry height="50" relative="1" width="50" as="geometry">
            <mxPoint x="-133" y="920.25" as="sourcePoint" />
            <mxPoint x="-133" y="980.25" as="targetPoint" />
          </mxGeometry>
        </mxCell>
        <mxCell id="4Kx2ZGOmUHy-jwn0eLsE-24" parent="1" style="text;html=1;whiteSpace=wrap;strokeColor=none;fillColor=none;align=center;verticalAlign=middle;rounded=0;fontSize=8;" value="&lt;font face=&quot;Comic Sans MS&quot; style=&quot;background-color: rgb(230, 255, 204);&quot;&gt;Contextual/Sentence-level&lt;/font&gt;" vertex="1">
          <mxGeometry height="20" width="140" x="-63" y="890.25" as="geometry" />
        </mxCell>
        <mxCell id="4Kx2ZGOmUHy-jwn0eLsE-25" parent="1" style="text;html=1;whiteSpace=wrap;strokeColor=none;fillColor=none;align=center;verticalAlign=middle;rounded=0;fontSize=8;" value="&lt;font face=&quot;Comic Sans MS&quot;&gt;&lt;span style=&quot;background-color: rgb(204, 204, 255);&quot;&gt;transformer model&lt;/span&gt;&lt;br&gt;&lt;font&gt;BERT, GPT, Llama&lt;/font&gt;&lt;/font&gt;" vertex="1">
          <mxGeometry height="30" width="110" x="21" y="978.25" as="geometry" />
        </mxCell>
        <mxCell id="4Kx2ZGOmUHy-jwn0eLsE-26" edge="1" parent="1" source="4Kx2ZGOmUHy-jwn0eLsE-24" style="endArrow=blockThin;html=1;rounded=0;endFill=1;strokeColor=light-dark(#929090, #ededed);strokeWidth=0.75;dashed=1;entryX=0.25;entryY=0;entryDx=0;entryDy=0;exitX=0.5;exitY=1;exitDx=0;exitDy=0;fontSize=8;" target="4Kx2ZGOmUHy-jwn0eLsE-25" value="">
          <mxGeometry height="50" relative="1" width="50" as="geometry">
            <mxPoint x="37" y="980.25" as="sourcePoint" />
            <mxPoint x="87" y="930.25" as="targetPoint" />
          </mxGeometry>
        </mxCell>
        <mxCell id="4Kx2ZGOmUHy-jwn0eLsE-27" edge="1" parent="1" source="4Kx2ZGOmUHy-jwn0eLsE-11" style="endArrow=blockThin;html=1;rounded=0;endFill=1;strokeColor=light-dark(#929090, #ededed);strokeWidth=0.75;dashed=1;exitX=0.25;exitY=1;exitDx=0;exitDy=0;entryX=0.5;entryY=0;entryDx=0;entryDy=0;" target="4Kx2ZGOmUHy-jwn0eLsE-17" value="">
          <mxGeometry height="50" relative="1" width="50" as="geometry">
            <mxPoint x="7" y="990.25" as="sourcePoint" />
            <mxPoint x="57" y="940.25" as="targetPoint" />
          </mxGeometry>
        </mxCell>
        <mxCell id="4Kx2ZGOmUHy-jwn0eLsE-28" edge="1" parent="1" source="4Kx2ZGOmUHy-jwn0eLsE-11" style="endArrow=blockThin;html=1;rounded=0;endFill=1;strokeColor=light-dark(#929090, #ededed);strokeWidth=0.75;dashed=1;entryX=0.5;entryY=0;entryDx=0;entryDy=0;exitX=0.5;exitY=1;exitDx=0;exitDy=0;" target="4Kx2ZGOmUHy-jwn0eLsE-24" value="">
          <mxGeometry height="50" relative="1" width="50" as="geometry">
            <mxPoint x="7" y="990.25" as="sourcePoint" />
            <mxPoint x="57" y="940.25" as="targetPoint" />
          </mxGeometry>
        </mxCell>
        <mxCell id="4Kx2ZGOmUHy-jwn0eLsE-29" parent="1" style="text;html=1;whiteSpace=wrap;strokeColor=none;fillColor=none;align=left;verticalAlign=middle;rounded=0;fontSize=8;" value="&lt;font face=&quot;Comic Sans MS&quot;&gt;&lt;span style=&quot;background-color: rgb(255, 204, 255);&quot;&gt;CNN - Convolutional Neural Networks&lt;/span&gt;&lt;br&gt;&lt;span&gt;ResNet, VGG, Inception&lt;/span&gt;&lt;/font&gt;" vertex="1">
          <mxGeometry height="30" width="150" x="89" y="940.25" as="geometry" />
        </mxCell>
        <mxCell id="4Kx2ZGOmUHy-jwn0eLsE-30" parent="1" style="text;html=1;whiteSpace=wrap;strokeColor=none;fillColor=none;align=center;verticalAlign=middle;rounded=0;fontSize=8;" value="&lt;font face=&quot;Comic Sans MS&quot; style=&quot;background-color: rgb(255, 204, 255);&quot;&gt;Vision Transformers&lt;/font&gt;" vertex="1">
          <mxGeometry height="30" width="100" x="219" y="935.25" as="geometry" />
        </mxCell>
        <mxCell id="4Kx2ZGOmUHy-jwn0eLsE-31" edge="1" parent="1" source="4Kx2ZGOmUHy-jwn0eLsE-12" style="endArrow=blockThin;html=1;rounded=0;endFill=1;strokeColor=light-dark(#929090, #ededed);strokeWidth=0.75;dashed=1;exitX=0.5;exitY=1;exitDx=0;exitDy=0;entryX=0.25;entryY=0;entryDx=0;entryDy=0;" target="4Kx2ZGOmUHy-jwn0eLsE-29" value="">
          <mxGeometry height="50" relative="1" width="50" as="geometry">
            <mxPoint x="79" y="1030.25" as="sourcePoint" />
            <mxPoint x="129" y="980.25" as="targetPoint" />
          </mxGeometry>
        </mxCell>
        <mxCell id="4Kx2ZGOmUHy-jwn0eLsE-32" edge="1" parent="1" source="4Kx2ZGOmUHy-jwn0eLsE-12" style="endArrow=blockThin;html=1;rounded=0;endFill=1;strokeColor=light-dark(#929090, #ededed);strokeWidth=0.75;dashed=1;entryX=0.25;entryY=0;entryDx=0;entryDy=0;exitX=0.75;exitY=1;exitDx=0;exitDy=0;" target="4Kx2ZGOmUHy-jwn0eLsE-30" value="">
          <mxGeometry height="50" relative="1" width="50" as="geometry">
            <mxPoint x="79" y="1030.25" as="sourcePoint" />
            <mxPoint x="129" y="980.25" as="targetPoint" />
          </mxGeometry>
        </mxCell>
        <mxCell id="4Kx2ZGOmUHy-jwn0eLsE-33" parent="1" style="text;html=1;whiteSpace=wrap;strokeColor=none;fillColor=none;align=center;verticalAlign=middle;rounded=0;fontSize=8;" value="&lt;font face=&quot;Comic Sans MS&quot; style=&quot;background-color: rgb(204, 229, 255);&quot;&gt;CLIP (Contrastive Language-Image Pretraining&lt;/font&gt;" vertex="1">
          <mxGeometry height="20" width="190" x="289" y="996.25" as="geometry" />
        </mxCell>
        <mxCell id="4Kx2ZGOmUHy-jwn0eLsE-34" edge="1" parent="1" source="4Kx2ZGOmUHy-jwn0eLsE-13" style="endArrow=blockThin;html=1;rounded=0;endFill=1;strokeColor=light-dark(#929090, #ededed);strokeWidth=0.75;dashed=1;entryX=0.25;entryY=0;entryDx=0;entryDy=0;exitX=0.5;exitY=1;exitDx=0;exitDy=0;" target="4Kx2ZGOmUHy-jwn0eLsE-33" value="">
          <mxGeometry height="50" relative="1" width="50" as="geometry">
            <mxPoint x="59" y="920.25" as="sourcePoint" />
            <mxPoint x="109" y="870.25" as="targetPoint" />
          </mxGeometry>
        </mxCell>
        <mxCell id="4Kx2ZGOmUHy-jwn0eLsE-35" parent="1" style="text;html=1;whiteSpace=wrap;strokeColor=none;fillColor=none;align=center;verticalAlign=middle;rounded=0;fontSize=8;fontStyle=0" value="&lt;font face=&quot;Comic Sans MS&quot; style=&quot;background-color: rgb(204, 204, 255);&quot;&gt;TF-IDF&lt;/font&gt;" vertex="1">
          <mxGeometry height="30" width="60" x="-131" y="831" as="geometry" />
        </mxCell>
        <mxCell id="4Kx2ZGOmUHy-jwn0eLsE-36" edge="1" parent="1" source="4Kx2ZGOmUHy-jwn0eLsE-17" style="endArrow=blockThin;html=1;rounded=0;endFill=1;strokeColor=light-dark(#929090, #ededed);strokeWidth=0.75;dashed=1;exitX=0;exitY=1;exitDx=0;exitDy=0;entryX=0.75;entryY=0;entryDx=0;entryDy=0;" value="">
          <mxGeometry height="50" relative="1" width="50" as="geometry">
            <mxPoint x="-183" y="870.25" as="sourcePoint" />
            <mxPoint x="-258" y="970.25" as="targetPoint" />
          </mxGeometry>
        </mxCell>
        <mxCell id="V7DRn1bYesRj_FAgbpVT-1" parent="1" style="rounded=1;whiteSpace=wrap;html=1;strokeColor=#808080;fontFamily=Comic Sans MS;strokeWidth=0.75;fontSize=10;" value="Defining the Problem" vertex="1">
          <mxGeometry height="18" width="105" x="947" y="605" as="geometry" />
        </mxCell>
        <mxCell id="V7DRn1bYesRj_FAgbpVT-5" parent="1" style="rounded=1;whiteSpace=wrap;html=1;strokeColor=#808080;fontFamily=Comic Sans MS;strokeWidth=0.75;fontSize=10;" value="Data Collection" vertex="1">
          <mxGeometry height="19" width="77" x="1083" y="604.5" as="geometry" />
        </mxCell>
        <mxCell id="V7DRn1bYesRj_FAgbpVT-7" parent="1" style="rounded=1;whiteSpace=wrap;html=1;strokeColor=#808080;fontFamily=Comic Sans MS;strokeWidth=0.75;fontSize=10;" value="Preparing the Data" vertex="1">
          <mxGeometry height="18" width="105" x="1187" y="604.5" as="geometry" />
        </mxCell>
        <mxCell id="V7DRn1bYesRj_FAgbpVT-8" parent="1" style="rounded=1;whiteSpace=wrap;html=1;strokeColor=#808080;fontFamily=Comic Sans MS;strokeWidth=0.75;fontSize=10;" value="Assigning Appropriate Model" vertex="1">
          <mxGeometry height="19" width="140" x="1152" y="670" as="geometry" />
        </mxCell>
        <mxCell id="V7DRn1bYesRj_FAgbpVT-9" parent="1" style="rounded=1;whiteSpace=wrap;html=1;strokeColor=#808080;fontFamily=Comic Sans MS;strokeWidth=0.75;fontSize=10;" value="Training the Model" vertex="1">
          <mxGeometry height="19" width="97" x="1017" y="670" as="geometry" />
        </mxCell>
        <mxCell id="V7DRn1bYesRj_FAgbpVT-10" parent="1" style="rounded=1;whiteSpace=wrap;html=1;strokeColor=#808080;fontFamily=Comic Sans MS;strokeWidth=0.75;fontSize=10;" value="Evaluating" vertex="1">
          <mxGeometry height="18" width="58" x="936" y="670" as="geometry" />
        </mxCell>
        <mxCell id="V7DRn1bYesRj_FAgbpVT-11" parent="1" style="rounded=1;whiteSpace=wrap;html=1;strokeColor=#808080;fontFamily=Comic Sans MS;strokeWidth=0.75;fontSize=10;" value="Parameter Tuning" vertex="1">
          <mxGeometry height="18" width="98" x="936" y="720" as="geometry" />
        </mxCell>
        <mxCell id="V7DRn1bYesRj_FAgbpVT-12" edge="1" parent="1" source="V7DRn1bYesRj_FAgbpVT-1" style="endArrow=openThin;html=1;rounded=0;strokeWidth=0.75;endFill=0;strokeColor=#666666;entryX=0;entryY=0.5;entryDx=0;entryDy=0;exitX=1;exitY=0.5;exitDx=0;exitDy=0;" target="V7DRn1bYesRj_FAgbpVT-5" value="">
          <mxGeometry height="50" relative="1" width="50" as="geometry">
            <mxPoint x="1021" y="695" as="sourcePoint" />
            <mxPoint x="1071" y="645" as="targetPoint" />
          </mxGeometry>
        </mxCell>
        <mxCell id="V7DRn1bYesRj_FAgbpVT-13" edge="1" parent="1" source="V7DRn1bYesRj_FAgbpVT-5" style="endArrow=openThin;html=1;rounded=0;strokeWidth=0.75;endFill=0;strokeColor=#666666;entryX=0;entryY=0.5;entryDx=0;entryDy=0;exitX=1;exitY=0.5;exitDx=0;exitDy=0;" target="V7DRn1bYesRj_FAgbpVT-7" value="">
          <mxGeometry height="50" relative="1" width="50" as="geometry">
            <mxPoint x="1021" y="695" as="sourcePoint" />
            <mxPoint x="1071" y="645" as="targetPoint" />
          </mxGeometry>
        </mxCell>
        <mxCell id="V7DRn1bYesRj_FAgbpVT-14" edge="1" parent="1" source="V7DRn1bYesRj_FAgbpVT-7" style="endArrow=openThin;html=1;rounded=0;strokeWidth=0.75;endFill=0;strokeColor=#666666;exitX=0.75;exitY=1;exitDx=0;exitDy=0;entryX=0.814;entryY=0;entryDx=0;entryDy=0;entryPerimeter=0;" target="V7DRn1bYesRj_FAgbpVT-8" value="">
          <mxGeometry height="50" relative="1" width="50" as="geometry">
            <mxPoint x="1245" y="652" as="sourcePoint" />
            <mxPoint x="1295" y="602" as="targetPoint" />
          </mxGeometry>
        </mxCell>
        <mxCell id="V7DRn1bYesRj_FAgbpVT-15" edge="1" parent="1" source="V7DRn1bYesRj_FAgbpVT-8" style="endArrow=openThin;html=1;rounded=0;strokeWidth=0.75;endFill=0;strokeColor=#666666;exitX=0;exitY=0.5;exitDx=0;exitDy=0;entryX=1;entryY=0.5;entryDx=0;entryDy=0;" target="V7DRn1bYesRj_FAgbpVT-9" value="">
          <mxGeometry height="50" relative="1" width="50" as="geometry">
            <mxPoint x="1086" y="652" as="sourcePoint" />
            <mxPoint x="1136" y="602" as="targetPoint" />
          </mxGeometry>
        </mxCell>
        <mxCell id="V7DRn1bYesRj_FAgbpVT-16" edge="1" parent="1" source="V7DRn1bYesRj_FAgbpVT-9" style="endArrow=openThin;html=1;rounded=0;strokeWidth=0.75;endFill=0;strokeColor=#666666;exitX=0;exitY=0.5;exitDx=0;exitDy=0;entryX=1;entryY=0.5;entryDx=0;entryDy=0;" target="V7DRn1bYesRj_FAgbpVT-10" value="">
          <mxGeometry height="50" relative="1" width="50" as="geometry">
            <mxPoint x="950" y="652" as="sourcePoint" />
            <mxPoint x="1000" y="602" as="targetPoint" />
          </mxGeometry>
        </mxCell>
        <mxCell id="V7DRn1bYesRj_FAgbpVT-17" edge="1" parent="1" source="V7DRn1bYesRj_FAgbpVT-10" style="endArrow=openThin;html=1;rounded=0;strokeWidth=0.75;endFill=0;strokeColor=#666666;entryX=0.296;entryY=0.028;entryDx=0;entryDy=0;entryPerimeter=0;exitX=0.5;exitY=1;exitDx=0;exitDy=0;" target="V7DRn1bYesRj_FAgbpVT-11" value="">
          <mxGeometry height="50" relative="1" width="50" as="geometry">
            <mxPoint x="911" y="614" as="sourcePoint" />
            <mxPoint x="961" y="564" as="targetPoint" />
          </mxGeometry>
        </mxCell>
        <mxCell id="V7DRn1bYesRj_FAgbpVT-18" parent="1" style="text;html=1;whiteSpace=wrap;strokeColor=none;fillColor=none;align=center;verticalAlign=middle;rounded=0;fontFamily=Comic Sans MS;fontSize=10;" value="&lt;span style=&quot;background-color: rgb(204, 255, 204);&quot;&gt;training data&lt;/span&gt;" vertex="1">
          <mxGeometry height="15" width="60" x="1131" y="641" as="geometry" />
        </mxCell>
        <mxCell id="V7DRn1bYesRj_FAgbpVT-19" parent="1" style="text;html=1;whiteSpace=wrap;strokeColor=none;fillColor=none;align=center;verticalAlign=middle;rounded=0;fontFamily=Comic Sans MS;fontSize=10;" value="&lt;span style=&quot;background-color: rgb(255, 230, 204);&quot;&gt;validation data&lt;/span&gt;" vertex="1">
          <mxGeometry height="15" width="69" x="1188" y="641" as="geometry" />
        </mxCell>
        <mxCell id="V7DRn1bYesRj_FAgbpVT-20" edge="1" parent="1" source="V7DRn1bYesRj_FAgbpVT-7" style="endArrow=blockThin;html=1;rounded=0;strokeColor=#808080;endFill=1;strokeWidth=0.65;exitX=0.5;exitY=1;exitDx=0;exitDy=0;entryX=0.5;entryY=0;entryDx=0;entryDy=0;dashed=1;" target="V7DRn1bYesRj_FAgbpVT-19" value="">
          <mxGeometry height="50" relative="1" width="50" as="geometry">
            <mxPoint x="1105" y="571" as="sourcePoint" />
            <mxPoint x="1080" y="531" as="targetPoint" />
          </mxGeometry>
        </mxCell>
        <mxCell id="V7DRn1bYesRj_FAgbpVT-21" edge="1" parent="1" source="V7DRn1bYesRj_FAgbpVT-7" style="endArrow=blockThin;html=1;rounded=0;strokeColor=#808080;endFill=1;strokeWidth=0.65;exitX=0.5;exitY=1;exitDx=0;exitDy=0;entryX=0.5;entryY=0;entryDx=0;entryDy=0;dashed=1;" target="V7DRn1bYesRj_FAgbpVT-18" value="">
          <mxGeometry height="50" relative="1" width="50" as="geometry">
            <mxPoint x="1105" y="571" as="sourcePoint" />
            <mxPoint x="1080" y="531" as="targetPoint" />
          </mxGeometry>
        </mxCell>
        <mxCell id="V7DRn1bYesRj_FAgbpVT-22" parent="1" style="text;html=1;whiteSpace=wrap;strokeColor=none;fillColor=none;align=center;verticalAlign=middle;rounded=0;fontFamily=Comic Sans MS;fontSize=10;" value="&lt;span style=&quot;background-color: rgb(204, 229, 255);&quot;&gt;Supervised Learning&lt;/span&gt;" vertex="1">
          <mxGeometry height="18" width="100" x="1203" y="711" as="geometry" />
        </mxCell>
        <mxCell id="V7DRn1bYesRj_FAgbpVT-23" parent="1" style="text;html=1;whiteSpace=wrap;strokeColor=none;fillColor=none;align=center;verticalAlign=middle;rounded=0;fontFamily=Comic Sans MS;fontSize=10;" value="&lt;span style=&quot;background-color: rgb(204, 255, 204);&quot;&gt;Unsupervised Learning&lt;/span&gt;" vertex="1">
          <mxGeometry height="21" width="112" x="1203" y="739" as="geometry" />
        </mxCell>
        <mxCell id="V7DRn1bYesRj_FAgbpVT-24" parent="1" style="text;html=1;whiteSpace=wrap;strokeColor=none;fillColor=none;align=center;verticalAlign=middle;rounded=0;fontFamily=Comic Sans MS;fontSize=10;" value="&lt;span style=&quot;background-color: rgb(255, 204, 204);&quot;&gt;Reinforcement Learning&lt;/span&gt;" vertex="1">
          <mxGeometry height="19" width="118" x="1203" y="770" as="geometry" />
        </mxCell>
        <mxCell id="V7DRn1bYesRj_FAgbpVT-25" parent="1" style="text;html=1;whiteSpace=wrap;strokeColor=none;fillColor=none;align=center;verticalAlign=middle;rounded=0;fontFamily=Comic Sans MS;fontSize=10;" value="&lt;span style=&quot;background-color: rgb(255, 255, 204);&quot;&gt;Neural Networks &amp;amp; Deep Learning&lt;/span&gt;" vertex="1">
          <mxGeometry height="18" width="160" x="1203" y="806" as="geometry" />
        </mxCell>
        <mxCell id="V7DRn1bYesRj_FAgbpVT-26" edge="1" parent="1" source="V7DRn1bYesRj_FAgbpVT-8" style="endArrow=blockThin;html=1;rounded=0;strokeColor=#808080;endFill=1;strokeWidth=0.5;exitX=0.25;exitY=1;exitDx=0;exitDy=0;entryX=0;entryY=0.5;entryDx=0;entryDy=0;" target="V7DRn1bYesRj_FAgbpVT-22" value="">
          <mxGeometry height="50" relative="1" width="50" as="geometry">
            <Array as="points">
              <mxPoint x="1187" y="720" />
            </Array>
            <mxPoint x="1169" y="744" as="sourcePoint" />
            <mxPoint x="1273" y="654" as="targetPoint" />
          </mxGeometry>
        </mxCell>
        <mxCell id="V7DRn1bYesRj_FAgbpVT-27" edge="1" parent="1" source="V7DRn1bYesRj_FAgbpVT-8" style="endArrow=blockThin;html=1;rounded=0;strokeColor=#808080;endFill=1;strokeWidth=0.5;entryX=0;entryY=0.5;entryDx=0;entryDy=0;exitX=0.25;exitY=1;exitDx=0;exitDy=0;" target="V7DRn1bYesRj_FAgbpVT-23" value="">
          <mxGeometry height="50" relative="1" width="50" as="geometry">
            <Array as="points">
              <mxPoint x="1187" y="750" />
            </Array>
            <mxPoint x="1186" y="690" as="sourcePoint" />
            <mxPoint x="1260" y="650" as="targetPoint" />
          </mxGeometry>
        </mxCell>
        <mxCell id="V7DRn1bYesRj_FAgbpVT-28" edge="1" parent="1" source="V7DRn1bYesRj_FAgbpVT-8" style="endArrow=blockThin;html=1;rounded=0;strokeColor=#808080;endFill=1;strokeWidth=0.5;exitX=0.25;exitY=1;exitDx=0;exitDy=0;entryX=0;entryY=0.5;entryDx=0;entryDy=0;" target="V7DRn1bYesRj_FAgbpVT-24" value="">
          <mxGeometry height="50" relative="1" width="50" as="geometry">
            <Array as="points">
              <mxPoint x="1187" y="780" />
            </Array>
            <mxPoint x="1176" y="790" as="sourcePoint" />
            <mxPoint x="1280" y="700" as="targetPoint" />
          </mxGeometry>
        </mxCell>
        <mxCell id="V7DRn1bYesRj_FAgbpVT-31" edge="1" parent="1" source="V7DRn1bYesRj_FAgbpVT-8" style="endArrow=blockThin;html=1;rounded=0;strokeColor=#808080;endFill=1;strokeWidth=0.5;exitX=0.25;exitY=1;exitDx=0;exitDy=0;entryX=0;entryY=0.5;entryDx=0;entryDy=0;" target="V7DRn1bYesRj_FAgbpVT-25" value="">
          <mxGeometry height="50" relative="1" width="50" as="geometry">
            <Array as="points">
              <mxPoint x="1187" y="815" />
            </Array>
            <mxPoint x="1136" y="790" as="sourcePoint" />
            <mxPoint x="1240" y="700" as="targetPoint" />
          </mxGeometry>
        </mxCell>
        <mxCell id="V7DRn1bYesRj_FAgbpVT-33" parent="1" style="rounded=0;whiteSpace=wrap;html=1;fontFamily=Comic Sans MS;strokeWidth=0.5;strokeColor=#808080;align=left;verticalAlign=top;fontSize=10;" value="CNN,&amp;nbsp;RNN / LSTM" vertex="1">
          <mxGeometry height="30" width="180" x="1406" y="826" as="geometry" />
        </mxCell>
        <mxCell id="V7DRn1bYesRj_FAgbpVT-35" parent="1" style="rounded=0;whiteSpace=wrap;html=1;fontFamily=Comic Sans MS;strokeWidth=0.5;strokeColor=#808080;align=left;verticalAlign=top;fontSize=10;" value="Q-Learning, Deep Q-Network (DQN)." vertex="1">
          <mxGeometry height="30" width="180" x="1406" y="786" as="geometry" />
        </mxCell>
        <mxCell id="V7DRn1bYesRj_FAgbpVT-36" parent="1" style="rounded=0;whiteSpace=wrap;html=1;fontFamily=Comic Sans MS;strokeWidth=0.5;strokeColor=#808080;align=left;verticalAlign=top;fontSize=10;" value="Clustering :&amp;nbsp;K-Means, DBSCAN&lt;br&gt;Dimensionality Reduction:&amp;nbsp;PCA" vertex="1">
          <mxGeometry height="30" width="180" x="1406" y="739.5" as="geometry" />
        </mxCell>
        <mxCell id="V7DRn1bYesRj_FAgbpVT-37" parent="1" style="rounded=0;whiteSpace=wrap;html=1;fontFamily=Comic Sans MS;strokeWidth=0.5;strokeColor=#808080;align=left;verticalAlign=top;fontSize=10;" value="Regression :&amp;nbsp;Linear Regression&lt;div&gt;Classification : Logistic Regression, Decision Trees, Random Forest,SVM - Support Vector Machine&lt;/div&gt;" vertex="1">
          <mxGeometry height="48" width="220" x="1406" y="679.25" as="geometry" />
        </mxCell>
        <mxCell id="V7DRn1bYesRj_FAgbpVT-39" edge="1" parent="1" source="V7DRn1bYesRj_FAgbpVT-22" style="endArrow=blockThin;html=1;rounded=0;strokeColor=#808080;endFill=1;strokeWidth=0.65;exitX=1;exitY=0.5;exitDx=0;exitDy=0;entryX=0;entryY=0.25;entryDx=0;entryDy=0;dashed=1;" target="V7DRn1bYesRj_FAgbpVT-37" value="">
          <mxGeometry height="50" relative="1" width="50" as="geometry">
            <mxPoint x="1351" y="760" as="sourcePoint" />
            <mxPoint x="1326" y="720" as="targetPoint" />
          </mxGeometry>
        </mxCell>
        <mxCell id="V7DRn1bYesRj_FAgbpVT-40" edge="1" parent="1" source="V7DRn1bYesRj_FAgbpVT-23" style="endArrow=blockThin;html=1;rounded=0;strokeColor=#808080;endFill=1;strokeWidth=0.65;exitX=1;exitY=0.5;exitDx=0;exitDy=0;entryX=0;entryY=0.25;entryDx=0;entryDy=0;dashed=1;" target="V7DRn1bYesRj_FAgbpVT-36" value="">
          <mxGeometry height="50" relative="1" width="50" as="geometry">
            <mxPoint x="1351" y="760" as="sourcePoint" />
            <mxPoint x="1326" y="720" as="targetPoint" />
          </mxGeometry>
        </mxCell>
        <mxCell id="V7DRn1bYesRj_FAgbpVT-41" edge="1" parent="1" source="V7DRn1bYesRj_FAgbpVT-24" style="endArrow=blockThin;html=1;rounded=0;strokeColor=#808080;endFill=1;strokeWidth=0.65;exitX=1;exitY=0.5;exitDx=0;exitDy=0;entryX=0;entryY=0.25;entryDx=0;entryDy=0;dashed=1;" target="V7DRn1bYesRj_FAgbpVT-35" value="">
          <mxGeometry height="50" relative="1" width="50" as="geometry">
            <mxPoint x="1351" y="760" as="sourcePoint" />
            <mxPoint x="1326" y="720" as="targetPoint" />
          </mxGeometry>
        </mxCell>
        <mxCell id="V7DRn1bYesRj_FAgbpVT-42" edge="1" parent="1" source="V7DRn1bYesRj_FAgbpVT-25" style="endArrow=blockThin;html=1;rounded=0;strokeColor=#808080;endFill=1;strokeWidth=0.65;exitX=1;exitY=0.5;exitDx=0;exitDy=0;entryX=0;entryY=0.25;entryDx=0;entryDy=0;dashed=1;" target="V7DRn1bYesRj_FAgbpVT-33" value="">
          <mxGeometry height="50" relative="1" width="50" as="geometry">
            <mxPoint x="1351" y="760" as="sourcePoint" />
            <mxPoint x="1326" y="720" as="targetPoint" />
          </mxGeometry>
        </mxCell>
        <mxCell id="V7DRn1bYesRj_FAgbpVT-44" parent="1" style="rounded=0;whiteSpace=wrap;html=1;fontFamily=Comic Sans MS;strokeWidth=0.5;strokeColor=#808080;align=left;verticalAlign=top;fontSize=10;" value="Feed datasets to the algorithm so it can learn. Continuous training helps the algorithm adjust its weights and improve its predictive capabilities" vertex="1">
          <mxGeometry height="75" width="133" x="1046" y="720" as="geometry" />
        </mxCell>
        <mxCell id="V7DRn1bYesRj_FAgbpVT-45" edge="1" parent="1" source="V7DRn1bYesRj_FAgbpVT-9" style="endArrow=blockThin;html=1;rounded=0;strokeColor=#808080;endFill=1;strokeWidth=0.65;exitX=0.75;exitY=1;exitDx=0;exitDy=0;entryX=0.25;entryY=0;entryDx=0;entryDy=0;dashed=1;" target="V7DRn1bYesRj_FAgbpVT-44" value="">
          <mxGeometry height="50" relative="1" width="50" as="geometry">
            <mxPoint x="1081" y="690" as="sourcePoint" />
            <mxPoint x="1056" y="650" as="targetPoint" />
          </mxGeometry>
        </mxCell>
        <mxCell id="V7DRn1bYesRj_FAgbpVT-46" parent="1" style="rounded=0;whiteSpace=wrap;html=1;fontFamily=Comic Sans MS;strokeWidth=0.5;strokeColor=#808080;align=left;verticalAlign=top;fontSize=10;" value="Adjust the &lt;u&gt;hyperparameters&lt;/u&gt; for optimization, helping the model achieve the highest possible accuracy" vertex="1">
          <mxGeometry height="60" width="130" x="900" y="760" as="geometry" />
        </mxCell>
        <mxCell id="V7DRn1bYesRj_FAgbpVT-47" edge="1" parent="1" source="V7DRn1bYesRj_FAgbpVT-11" style="endArrow=blockThin;html=1;rounded=0;strokeColor=#808080;endFill=1;strokeWidth=0.65;exitX=0.25;exitY=1;exitDx=0;exitDy=0;entryX=0.462;entryY=0.005;entryDx=0;entryDy=0;dashed=1;entryPerimeter=0;" target="V7DRn1bYesRj_FAgbpVT-46" value="">
          <mxGeometry height="50" relative="1" width="50" as="geometry">
            <mxPoint x="1081" y="750" as="sourcePoint" />
            <mxPoint x="961.5" y="760" as="targetPoint" />
          </mxGeometry>
        </mxCell>
        <mxCell id="V7DRn1bYesRj_FAgbpVT-48" parent="1" style="text;html=1;whiteSpace=wrap;strokeColor=none;fillColor=none;align=center;verticalAlign=middle;rounded=0;fontFamily=Comic Sans MS;fontSize=8;" value="&lt;span style=&quot;background-color: rgb(204, 255, 204);&quot;&gt;Input Data&lt;/span&gt;" vertex="1">
          <mxGeometry height="20" width="60" x="916" y="632.25" as="geometry" />
        </mxCell>
        <mxCell id="V7DRn1bYesRj_FAgbpVT-49" parent="1" style="text;html=1;whiteSpace=wrap;strokeColor=none;fillColor=none;align=center;verticalAlign=middle;rounded=0;fontFamily=Comic Sans MS;fontSize=8;" value="&lt;span style=&quot;background-color: rgb(204, 255, 255);&quot;&gt;Problem Statement&lt;/span&gt;" vertex="1">
          <mxGeometry height="20" width="90" x="916" y="621.25" as="geometry" />
        </mxCell>
        <mxCell id="V7DRn1bYesRj_FAgbpVT-50" parent="1" style="text;html=1;whiteSpace=wrap;strokeColor=none;fillColor=none;align=center;verticalAlign=middle;rounded=0;fontFamily=Comic Sans MS;fontSize=8;" value="&lt;span style=&quot;background-color: rgb(255, 230, 204);&quot;&gt;Model Objective / Goal&lt;/span&gt;" vertex="1">
          <mxGeometry height="16.75" width="110.5" x="976.75" y="622.88" as="geometry" />
        </mxCell>
        <mxCell id="V7DRn1bYesRj_FAgbpVT-51" parent="1" style="text;html=1;whiteSpace=wrap;strokeColor=none;fillColor=none;align=center;verticalAlign=middle;rounded=0;fontFamily=Comic Sans MS;fontSize=8;" value="&lt;span style=&quot;background-color: rgb(255, 255, 204);&quot;&gt;Features / Attributes&lt;/span&gt;" vertex="1">
          <mxGeometry height="20" width="100" x="951" y="633" as="geometry" />
        </mxCell>
        <mxCell id="V7DRn1bYesRj_FAgbpVT-52" parent="1" style="text;html=1;whiteSpace=wrap;strokeColor=none;fillColor=none;align=center;verticalAlign=middle;rounded=0;fontFamily=Comic Sans MS;fontSize=8;" value="&lt;span style=&quot;background-color: rgb(255, 204, 230);&quot;&gt;Independent Variables&lt;/span&gt;" vertex="1">
          <mxGeometry height="20" width="100" x="1023" y="633" as="geometry" />
        </mxCell>
        <mxCell id="V7DRn1bYesRj_FAgbpVT-53" parent="1" style="text;html=1;whiteSpace=wrap;strokeColor=none;fillColor=none;align=center;verticalAlign=middle;rounded=0;fontFamily=Comic Sans MS;fontSize=8;" value="&lt;span style=&quot;background-color: rgb(255, 204, 204);&quot;&gt;Target Variable&lt;/span&gt;" vertex="1">
          <mxGeometry height="20" width="60" x="923" y="644" as="geometry" />
        </mxCell>
        <mxCell id="V7DRn1bYesRj_FAgbpVT-54" parent="1" style="text;html=1;whiteSpace=wrap;strokeColor=none;fillColor=none;align=center;verticalAlign=middle;rounded=0;fontFamily=Comic Sans MS;fontSize=8;" value="&lt;span style=&quot;background-color: rgb(204, 255, 204);&quot;&gt;Label&lt;/span&gt;" vertex="1">
          <mxGeometry height="12" width="25" x="976.75" y="648" as="geometry" />
        </mxCell>
        <mxCell id="V7DRn1bYesRj_FAgbpVT-55" parent="1" style="text;html=1;whiteSpace=wrap;strokeColor=none;fillColor=none;align=center;verticalAlign=middle;rounded=0;fontFamily=Comic Sans MS;fontSize=8;" value="&lt;span style=&quot;background-color: rgb(204, 204, 255);&quot;&gt;Expected Output&lt;/span&gt;" vertex="1">
          <mxGeometry height="15" width="65" x="995.5" y="646.5" as="geometry" />
        </mxCell>
        <mxCell id="V7DRn1bYesRj_FAgbpVT-56" parent="1" style="text;html=1;whiteSpace=wrap;strokeColor=none;fillColor=none;align=center;verticalAlign=middle;rounded=0;fontFamily=Comic Sans MS;fontSize=8;" value="&lt;span style=&quot;background-color: rgb(204, 255, 255);&quot;&gt;Dependent Variable&lt;/span&gt;" vertex="1">
          <mxGeometry height="18" width="75" x="1051" y="645" as="geometry" />
        </mxCell>
        <mxCell id="V7DRn1bYesRj_FAgbpVT-57" parent="1" style="text;html=1;whiteSpace=wrap;strokeColor=none;fillColor=none;align=center;verticalAlign=middle;rounded=0;fontFamily=Comic Sans MS;fontSize=8;" value="&lt;span style=&quot;background-color: rgb(204, 255, 204);&quot;&gt;Model artifact&lt;/span&gt;" vertex="1">
          <mxGeometry height="15" width="60" x="1066" y="623.75" as="geometry" />
        </mxCell>
        <mxCell id="V7DRn1bYesRj_FAgbpVT-58" parent="1" style="text;html=1;whiteSpace=wrap;strokeColor=none;fillColor=none;align=center;verticalAlign=middle;rounded=0;fontSize=10;" value="&lt;font face=&quot;Comic Sans MS&quot; style=&quot;background-color: rgb(204, 204, 255);&quot;&gt;Inference&lt;/font&gt;" vertex="1">
          <mxGeometry height="13.5" width="50" x="773" y="575" as="geometry" />
        </mxCell>
        <mxCell id="V7DRn1bYesRj_FAgbpVT-59" edge="1" parent="1" style="edgeStyle=orthogonalEdgeStyle;rounded=0;orthogonalLoop=1;jettySize=auto;html=1;innerLoopWaypoints=1;exitX=0.5;exitY=1;exitDx=0;exitDy=0;">
          <mxGeometry relative="1" as="geometry">
            <mxPoint x="309" y="692" as="sourcePoint" />
            <mxPoint x="309" y="692" as="targetPoint" />
          </mxGeometry>
        </mxCell>
        <mxCell id="RreDaSVfhYIk49Yz23y1-1" parent="1" style="text;html=1;whiteSpace=wrap;strokeColor=none;fillColor=none;align=center;verticalAlign=middle;rounded=0;fontFamily=Comic Sans MS;fontSize=10;" value="&lt;span style=&quot;background-color: rgb(204, 255, 255);&quot;&gt;&lt;span&gt;Vector &lt;/span&gt;&lt;span&gt;DB&lt;/span&gt;&lt;/span&gt;" vertex="1">
          <mxGeometry height="18.75" width="47.5" x="683.75" y="613.5" as="geometry" />
        </mxCell>
        <mxCell id="RreDaSVfhYIk49Yz23y1-2" parent="1" style="rounded=0;whiteSpace=wrap;html=1;fontFamily=Comic Sans MS;strokeWidth=0.5;strokeColor=#808080;align=center;verticalAlign=top;fontSize=10;dashed=1;" value="&lt;u&gt;common technology&lt;/u&gt;&lt;div&gt;&lt;br&gt;&lt;/div&gt;" vertex="1">
          <mxGeometry height="138" width="160" x="-63" y="503" as="geometry" />
        </mxCell>
        <mxCell id="RreDaSVfhYIk49Yz23y1-3" parent="1" style="rounded=1;whiteSpace=wrap;html=1;strokeColor=#808080;fontFamily=Comic Sans MS;strokeWidth=0.75;fontSize=10;" value="" vertex="1">
          <mxGeometry height="62" width="30" x="625" y="698" as="geometry" />
        </mxCell>
        <mxCell id="RreDaSVfhYIk49Yz23y1-4" parent="1" style="rounded=1;whiteSpace=wrap;html=1;strokeColor=#808080;fontFamily=Comic Sans MS;strokeWidth=0.75;fontSize=10;" value="" vertex="1">
          <mxGeometry height="10" width="25" x="627.5" y="701" as="geometry" />
        </mxCell>
        <mxCell id="RreDaSVfhYIk49Yz23y1-5" parent="1" style="rounded=1;whiteSpace=wrap;html=1;strokeColor=#808080;fontFamily=Comic Sans MS;strokeWidth=0.75;fontSize=10;" value="" vertex="1">
          <mxGeometry height="10" width="25" x="627.5" y="715" as="geometry" />
        </mxCell>
        <mxCell id="RreDaSVfhYIk49Yz23y1-6" parent="1" style="rounded=1;whiteSpace=wrap;html=1;strokeColor=#808080;fontFamily=Comic Sans MS;strokeWidth=0.75;fontSize=10;" value="" vertex="1">
          <mxGeometry height="10" width="25" x="627.5" y="729.5" as="geometry" />
        </mxCell>
        <mxCell id="RreDaSVfhYIk49Yz23y1-7" parent="1" style="rounded=1;whiteSpace=wrap;html=1;strokeColor=#808080;fontFamily=Comic Sans MS;strokeWidth=0.75;fontSize=10;fontStyle=1" value="" vertex="1">
          <mxGeometry height="10" width="25" x="627.5" y="744.5" as="geometry" />
        </mxCell>
        <mxCell id="RreDaSVfhYIk49Yz23y1-8" parent="1" style="rounded=0;whiteSpace=wrap;html=1;fontFamily=Comic Sans MS;strokeWidth=0.5;strokeColor=#808080;align=left;verticalAlign=top;fontSize=10;" value="specialized systems designed to store, index, and retrieve high-dimensional vectors ( use as embeddings)&lt;div&gt;-&amp;nbsp;managing unstructured data&lt;/div&gt;&lt;div&gt;- similarity Search&lt;br&gt;- aim : understanding relationships between items is crucial, enable :&amp;nbsp;&lt;br&gt;&lt;span style=&quot;white-space: pre;&quot;&gt;&#x9;&lt;/span&gt;+&amp;nbsp;semantic search&lt;br&gt;&lt;/div&gt;&lt;div&gt;&lt;span style=&quot;white-space: pre;&quot;&gt;&#x9;&lt;/span&gt;+&amp;nbsp;recommendation systems&lt;br&gt;&lt;span style=&quot;white-space: pre;&quot;&gt;&#x9;&lt;/span&gt;+&amp;nbsp;content discovery&lt;br&gt;&lt;/div&gt;&lt;div&gt;- index&amp;nbsp;techniques :&amp;nbsp;approximate nearest neighbor (ANN)&lt;/div&gt;" vertex="1">
          <mxGeometry height="120" width="300" x="490" y="769.5" as="geometry" />
        </mxCell>
        <mxCell id="RreDaSVfhYIk49Yz23y1-10" edge="1" parent="1" source="RreDaSVfhYIk49Yz23y1-1" style="endArrow=blockThin;html=1;rounded=0;strokeColor=#808080;endFill=1;strokeWidth=0.65;exitX=0.5;exitY=1;exitDx=0;exitDy=0;entryX=0.75;entryY=0;entryDx=0;entryDy=0;dashed=1;" target="RreDaSVfhYIk49Yz23y1-3" value="">
          <mxGeometry height="50" relative="1" width="50" as="geometry">
            <mxPoint x="605" y="670" as="sourcePoint" />
            <mxPoint x="580" y="630" as="targetPoint" />
          </mxGeometry>
        </mxCell>
        <mxCell id="RreDaSVfhYIk49Yz23y1-13" parent="1" style="text;html=1;whiteSpace=wrap;strokeColor=none;fillColor=none;align=center;verticalAlign=middle;rounded=0;fontFamily=Comic Sans MS;fontSize=10;" value="&lt;span style=&quot;background-color: rgb(255, 204, 255);&quot;&gt;Vector Search Workflow&lt;/span&gt;" vertex="1">
          <mxGeometry height="30" width="110" x="480" y="920" as="geometry" />
        </mxCell>
        <mxCell id="RreDaSVfhYIk49Yz23y1-15" parent="1" style="rounded=1;whiteSpace=wrap;html=1;strokeColor=#808080;fontFamily=Comic Sans MS;strokeWidth=0.75;fontSize=10;" value="embedding" vertex="1">
          <mxGeometry height="20" width="50" x="520" y="1000.25" as="geometry" />
        </mxCell>
        <mxCell id="RreDaSVfhYIk49Yz23y1-16" parent="1" style="rounded=1;whiteSpace=wrap;html=1;strokeColor=#808080;fontFamily=Comic Sans MS;strokeWidth=0.75;fontSize=10;" value="vectorize" vertex="1">
          <mxGeometry height="20" width="60" x="520" y="1049.25" as="geometry" />
        </mxCell>
        <mxCell id="RreDaSVfhYIk49Yz23y1-17" parent="1" style="rounded=1;whiteSpace=wrap;html=1;strokeColor=#808080;fontFamily=Comic Sans MS;strokeWidth=0.75;fontSize=10;" value="return result" vertex="1">
          <mxGeometry height="20" width="60" x="520" y="1100" as="geometry" />
        </mxCell>
        <mxCell id="RreDaSVfhYIk49Yz23y1-18" parent="1" style="rounded=1;whiteSpace=wrap;html=1;strokeColor=#808080;fontFamily=Comic Sans MS;strokeWidth=0.75;fontSize=10;" value="user&#39;s input" vertex="1">
          <mxGeometry height="20" width="50" x="520" y="960.25" as="geometry" />
        </mxCell>
+         <mxCell id="RreDaSVfhYIk49Yz23y1-22" edge="1" parent="1" source="RreDaSVfhYIk49Yz23y1-18" style="endArrow=blockThin;html=1;rounded=0;strokeColor=#808080;endFill=1;strokeWidth=0.5;exitX=0;exitY=0.5;exitDx=0;exitDy=0;entryX=0;entryY=0.25;entryDx=0;entryDy=0;" target="RreDaSVfhYIk49Yz23y1-15" value="">
+           <mxGeometry height="50" relative="1" width="50" as="geometry">
+             <Array as="points">
+               <mxPoint x="500" y="970" />
+               <mxPoint x="500" y="1005.25" />
+             </Array>
+             <mxPoint x="510" y="1090" as="sourcePoint" />
+             <mxPoint x="614" y="1000" as="targetPoint" />
+           </mxGeometry>
+         </mxCell>
+         <mxCell id="RreDaSVfhYIk49Yz23y1-23" edge="1" parent="1" style="endArrow=blockThin;html=1;rounded=0;strokeColor=#808080;endFill=1;strokeWidth=0.5;exitX=0;exitY=0.5;exitDx=0;exitDy=0;entryX=0;entryY=0.25;entryDx=0;entryDy=0;" target="RreDaSVfhYIk49Yz23y1-16" value="">
+           <mxGeometry height="50" relative="1" width="50" as="geometry">
+             <Array as="points">
+               <mxPoint x="500" y="1014" />
+               <mxPoint x="500" y="1054.25" />
+             </Array>
+             <mxPoint x="520" y="1014" as="sourcePoint" />
+             <mxPoint x="520" y="1049" as="targetPoint" />
+           </mxGeometry>
+         </mxCell>
+         <mxCell id="RreDaSVfhYIk49Yz23y1-24" edge="1" parent="1" style="endArrow=blockThin;html=1;rounded=0;strokeColor=#808080;endFill=1;strokeWidth=0.5;exitX=0;exitY=0.5;exitDx=0;exitDy=0;entryX=0;entryY=0.25;entryDx=0;entryDy=0;" target="RreDaSVfhYIk49Yz23y1-17" value="">
+           <mxGeometry height="50" relative="1" width="50" as="geometry">
+             <Array as="points">
+               <mxPoint x="500" y="1060" />
+               <mxPoint x="500" y="1105" />
+             </Array>
+             <mxPoint x="520" y="1060" as="sourcePoint" />
+             <mxPoint x="520" y="1095" as="targetPoint" />
+           </mxGeometry>
+         </mxCell>
      </root>
    </mxGraphModel>
  </diagram>
</mxfile>
